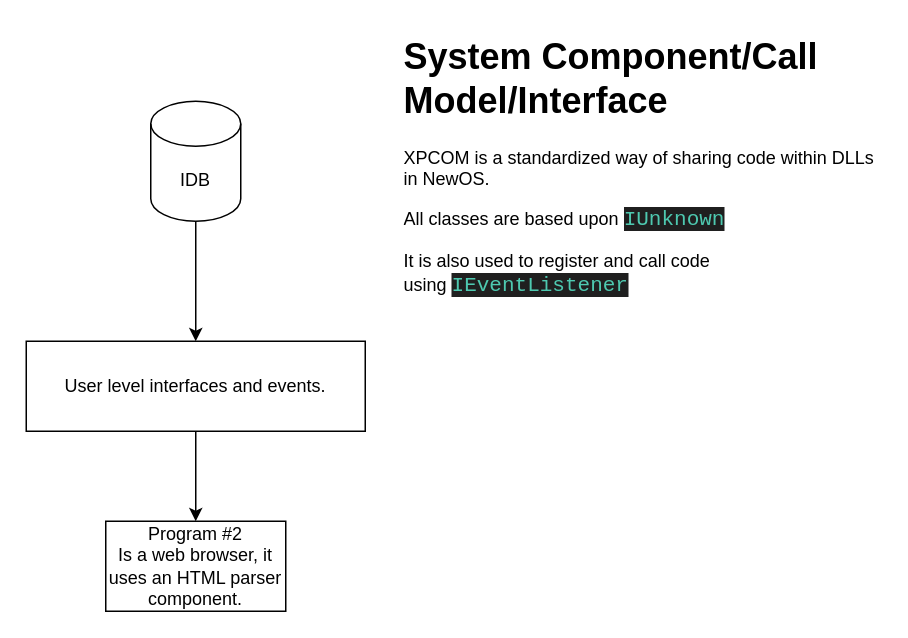
Before: dev/SCIKit/scm-design.drawio in nekernel-org/nekernel, a draw.io diagram. Source tidied: cells renumbered, new cells numbered last; positions are measured from the earlier drawing's top-left corner, leaving out a move shared by most shapes. Both pictures are drawn from the tidied source at 150%, with x=0, y=0 at pixel (26, 26).
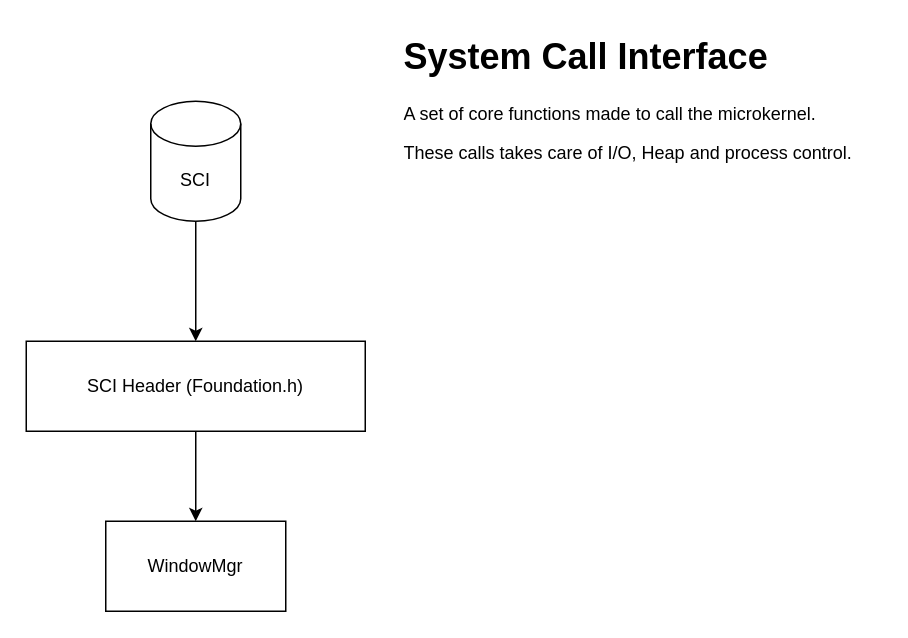
After the change.

Commit message:
IMP: Fix design drawio.

The edit, as a diff of the source:
```diff
@@
 <mxGraphModel>
   <root>
     <mxCell id="0" />
     <mxCell id="1" parent="0" />
     <mxCell id="2" style="edgeStyle=orthogonalEdgeStyle;rounded=0;jettySize=auto;html=1;exitX=0.5;exitY=1;exitDx=0;exitDy=0;entryX=0.5;entryY=0;entryDx=0;entryDy=0;" parent="1" edge="1" source="3" target="6">
       <mxGeometry relative="1" as="geometry" />
     </mxCell>
-    <mxCell id="3" value="User level interfaces and events." style="rounded=0;whiteSpace=wrap;html=1;" parent="1" vertex="1">
+    <mxCell id="3" value="SCI Header (Foundation.h)" style="rounded=0;whiteSpace=wrap;html=1;" parent="1" vertex="1">
       <mxGeometry y="210" width="226" height="60" as="geometry" />
     </mxCell>
     <mxCell id="4" style="edgeStyle=orthogonalEdgeStyle;rounded=0;jettySize=auto;html=1;" parent="1" edge="1" source="5" target="3">
       <mxGeometry relative="1" as="geometry" />
     </mxCell>
-    <mxCell id="5" value="IDB" style="shape=cylinder3;whiteSpace=wrap;html=1;boundedLbl=1;backgroundOutline=1;size=15;" parent="1" vertex="1">
+    <mxCell id="5" value="SCI" style="shape=cylinder3;whiteSpace=wrap;html=1;boundedLbl=1;backgroundOutline=1;size=15;" parent="1" vertex="1">
       <mxGeometry x="83" y="50" width="60" height="80" as="geometry" />
     </mxCell>
-    <mxCell id="6" value="Program #2&lt;div&gt;Is a web browser, it uses an HTML parser component.&lt;/div&gt;" style="rounded=0;whiteSpace=wrap;html=1;" parent="1" vertex="1">
+    <mxCell id="6" value="WindowMgr" style="rounded=0;whiteSpace=wrap;html=1;" parent="1" vertex="1">
       <mxGeometry x="53" y="330" width="120" height="60" as="geometry" />
     </mxCell>
-    <mxCell id="7" value="&lt;h1 style=&quot;margin-top: 0px;&quot;&gt;System Component/Call Model/Interface&lt;/h1&gt;&lt;p&gt;XPCOM is a standardized way of sharing code within DLLs in NewOS.&lt;/p&gt;&lt;p&gt;All classes are based upon&amp;nbsp;&lt;span style=&quot;color: rgb(78, 201, 176); background-color: rgb(31, 31, 31); font-family: Consolas, &amp;quot;Courier New&amp;quot;, monospace; font-size: 14px;&quot;&gt;IUnknown&lt;/span&gt;&lt;/p&gt;&lt;p&gt;It is also used to register and call code using&amp;nbsp;&lt;span style=&quot;color: rgb(78, 201, 176); background-color: rgb(31, 31, 31); font-family: Consolas, &amp;quot;Courier New&amp;quot;, monospace; font-size: 14px;&quot;&gt;IEventListener&lt;/span&gt;&lt;/p&gt;" style="text;html=1;whiteSpace=wrap;overflow=hidden;rounded=0;" parent="1" vertex="1">
-      <mxGeometry x="250" width="320" height="240" as="geometry" />
+    <mxCell id="7" value="&lt;h1 style=&quot;margin-top: 0px;&quot;&gt;System Call Interface&lt;/h1&gt;&lt;p&gt;A set of core functions made to call the microkernel.&lt;/p&gt;&lt;p&gt;These calls takes care of I/O, Heap and process control.&lt;/p&gt;" style="text;html=1;whiteSpace=wrap;overflow=hidden;rounded=0;" parent="1" vertex="1">
+      <mxGeometry x="250" width="320" height="100" as="geometry" />
     </mxCell>
   </root>
 </mxGraphModel>
```
